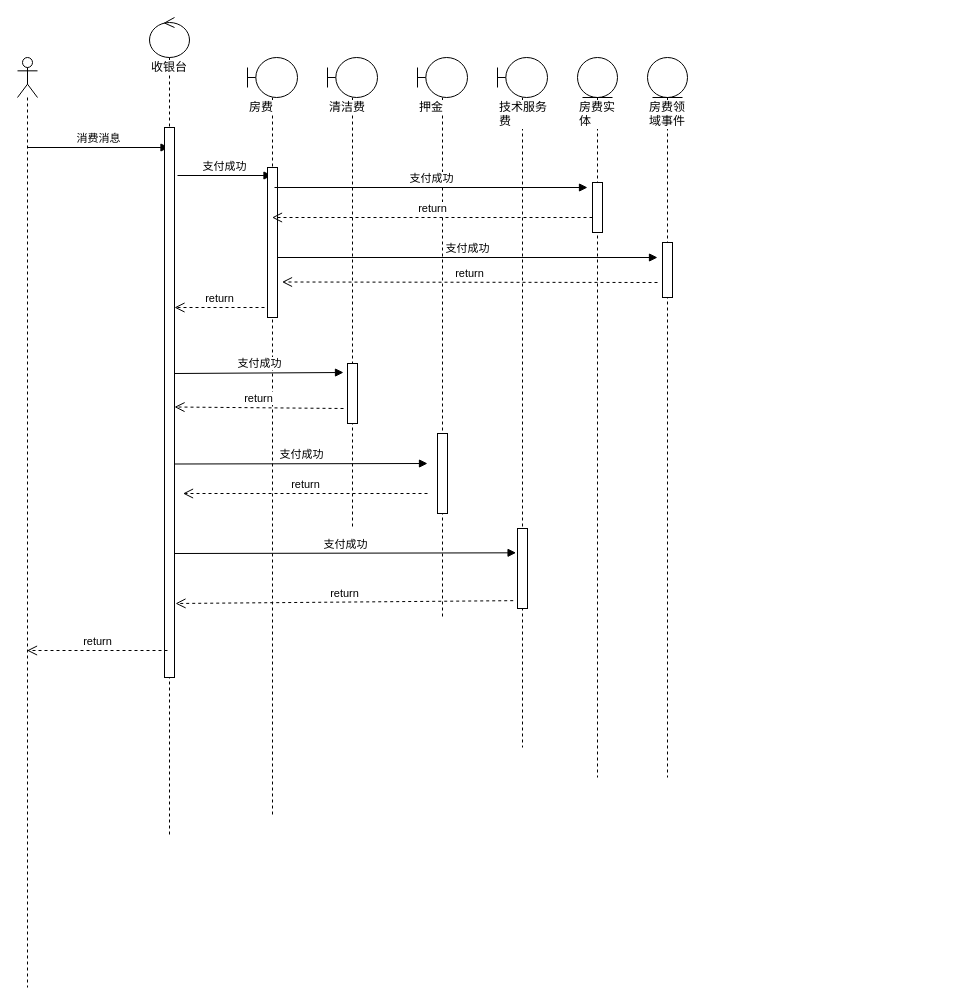
Earlier version of the draw.io diagram page "支付成功广播" (7 of 7) of 支付中心.drawio (NonePro/UML). Source tidied: cells renumbered, new cells numbered last; positions are measured from the earlier drawing's top-left corner, leaving out a move shared by most shapes. Both pictures are drawn from the tidied source at 100%, with x=0, y=0 at pixel (17, 17).
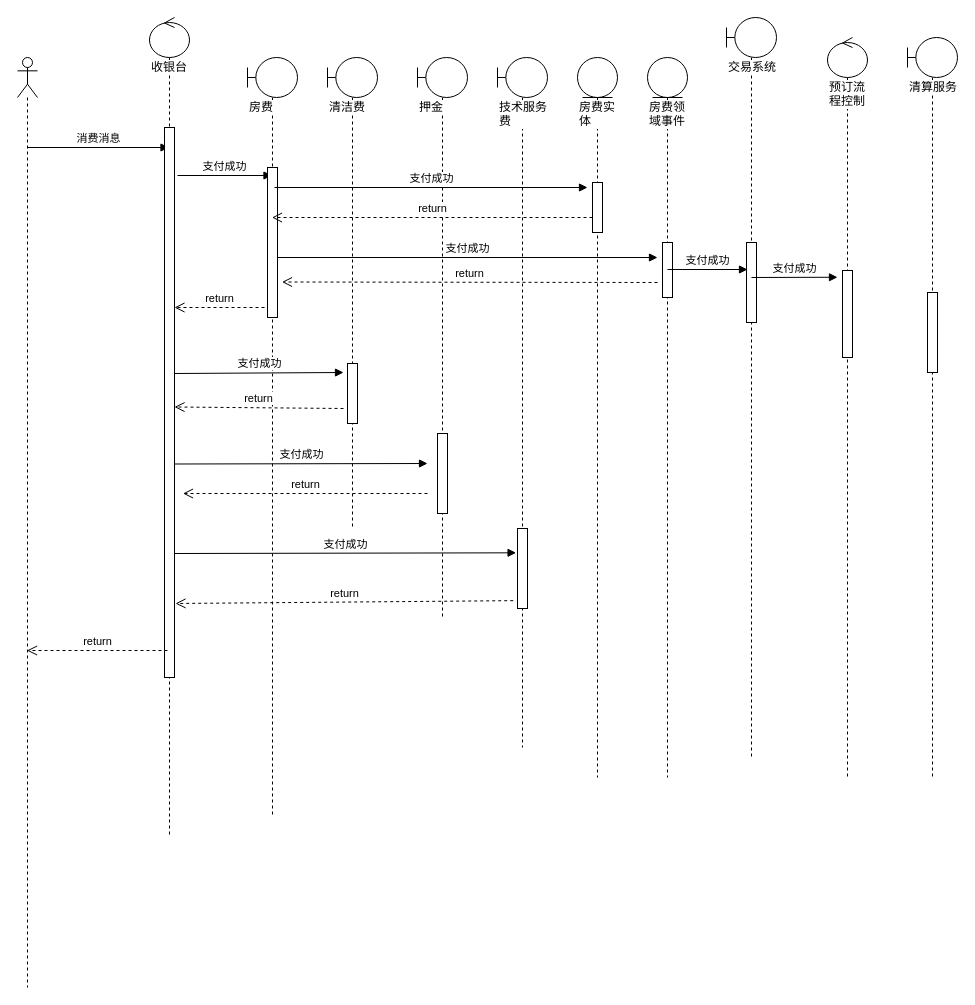
Above is the later version.

Commit message:
支付回调对接清算

The edit, as a diff of the source:
```diff
@@
+    <mxCell id="31" value="交易系统" style="shape=umlLifeline;participant=umlBoundary;perimeter=lifelinePerimeter;whiteSpace=wrap;html=1;verticalAlign=top;spacingTop=36;labelBackgroundColor=#ffffff;align=left;" parent="1" vertex="1">
+      <mxGeometry x="709" width="50" height="740" as="geometry" />
+    </mxCell>
+    <mxCell id="32" style="html=1;perimeter=orthogonalPerimeter;align=left;" parent="31" vertex="1">
+      <mxGeometry x="20" y="225" width="10" height="80" as="geometry" />
+    </mxCell>
+    <mxCell id="33" value="支付成功" style="html=1;verticalAlign=bottom;endArrow=block;" parent="1" edge="1">
+      <mxGeometry relative="1" as="geometry">
+        <mxPoint x="650" y="252" as="sourcePoint" />
+        <mxPoint x="730" y="252" as="targetPoint" />
+      </mxGeometry>
+    </mxCell>
+    <mxCell id="34" value="预订流程控制" style="shape=umlLifeline;participant=umlControl;perimeter=lifelinePerimeter;whiteSpace=wrap;html=1;verticalAlign=top;spacingTop=36;labelBackgroundColor=#ffffff;outlineConnect=0;align=left;" parent="1" vertex="1">
+      <mxGeometry x="810" y="20" width="40" height="740" as="geometry" />
+    </mxCell>
+    <mxCell id="35" style="html=1;perimeter=orthogonalPerimeter;align=left;" parent="34" vertex="1">
+      <mxGeometry x="15" y="233" width="10" height="87" as="geometry" />
+    </mxCell>
+    <mxCell id="36" value="支付成功" style="html=1;verticalAlign=bottom;endArrow=block;entryX=0.25;entryY=0.324;entryDx=0;entryDy=0;entryPerimeter=0;" parent="1" edge="1" target="34">
+      <mxGeometry relative="1" as="geometry">
+        <mxPoint x="734" y="260" as="sourcePoint" />
+      </mxGeometry>
+    </mxCell>
+    <mxCell id="37" value="清算服务" style="shape=umlLifeline;participant=umlBoundary;perimeter=lifelinePerimeter;whiteSpace=wrap;html=1;verticalAlign=top;spacingTop=36;labelBackgroundColor=#ffffff;align=left;" parent="1" vertex="1">
+      <mxGeometry x="890" y="20" width="50" height="740" as="geometry" />
+    </mxCell>
+    <mxCell id="38" style="html=1;perimeter=orthogonalPerimeter;align=left;" parent="37" vertex="1">
+      <mxGeometry x="20" y="255" width="10" height="80" as="geometry" />
+    </mxCell>
```
